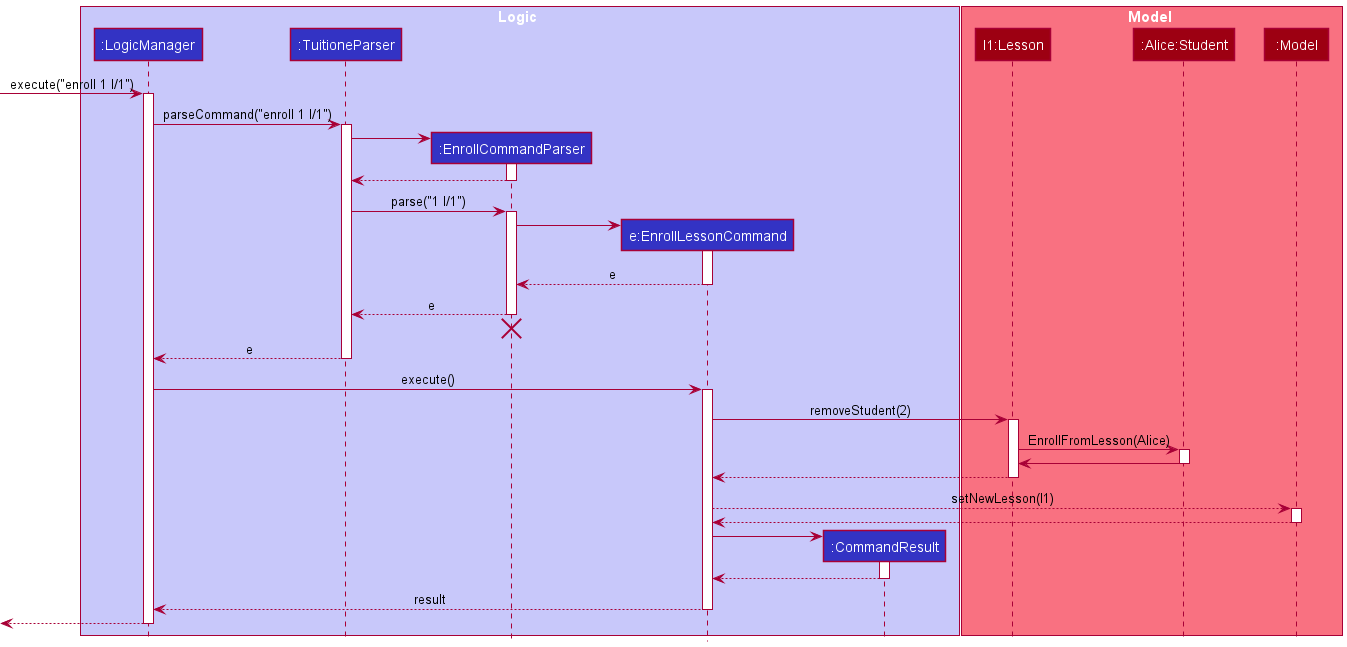
This is docs/images/DeveloperGuideImage/EnrollLessonSequenceDiagram.png from nus-cs2103-AY2122S1/tp, a PlantUML export, as it was before one commit. Its diagram source:
```plantuml
@startuml
!include style.puml

box Logic LOGIC_COLOR_T1
participant ":LogicManager" as LogicManager LOGIC_COLOR
participant ":TuitioneParser" as TuitioneParser LOGIC_COLOR
participant ":EnrollCommandParser" as EnrollCommandParser LOGIC_COLOR
participant "e:EnrollLessonCommand" as EnrollLessonCommand LOGIC_COLOR
participant ":CommandResult" as CommandResult LOGIC_COLOR
end box

box Model MODEL_COLOR_T1
participant "l1:Lesson" as Lesson MODEL_COLOR
participant ":Alice:Student" as Student MODEL_COLOR
participant ":Model" as Model MODEL_COLOR

end box

[-> LogicManager : execute("enroll 1 l/1")
activate LogicManager

LogicManager -> TuitioneParser : parseCommand("enroll 1 l/1")
activate TuitioneParser

create EnrollCommandParser
TuitioneParser -> EnrollCommandParser

activate EnrollCommandParser
EnrollCommandParser --> TuitioneParser
deactivate EnrollCommandParser

TuitioneParser -> EnrollCommandParser : parse("1 l/1")
activate EnrollCommandParser

create EnrollLessonCommand
EnrollCommandParser -> EnrollLessonCommand :
activate EnrollLessonCommand

EnrollLessonCommand --> EnrollCommandParser : e
deactivate EnrollLessonCommand

EnrollCommandParser --> TuitioneParser : e
deactivate EnrollCommandParser
EnrollCommandParser -[hidden]-> TuitioneParser
destroy EnrollCommandParser

TuitioneParser --> LogicManager  : e
deactivate TuitioneParser

LogicManager -> EnrollLessonCommand : execute()
activate EnrollLessonCommand

EnrollLessonCommand -> Lesson : removeStudent(2)
activate Lesson

Lesson -> Student : EnrollFromLesson(Alice)
activate Student

Student -> Lesson
deactivate Student

Lesson --> EnrollLessonCommand
deactivate Lesson

EnrollLessonCommand --> Model : setNewLesson(l1)
activate Model

Model --> EnrollLessonCommand
deactivate Model

create CommandResult
EnrollLessonCommand -> CommandResult
activate CommandResult

CommandResult --> EnrollLessonCommand
deactivate CommandResult

EnrollLessonCommand --> LogicManager : result
deactivate EnrollLessonCommand

[<--LogicManager
deactivate LogicManager

@enduml
```
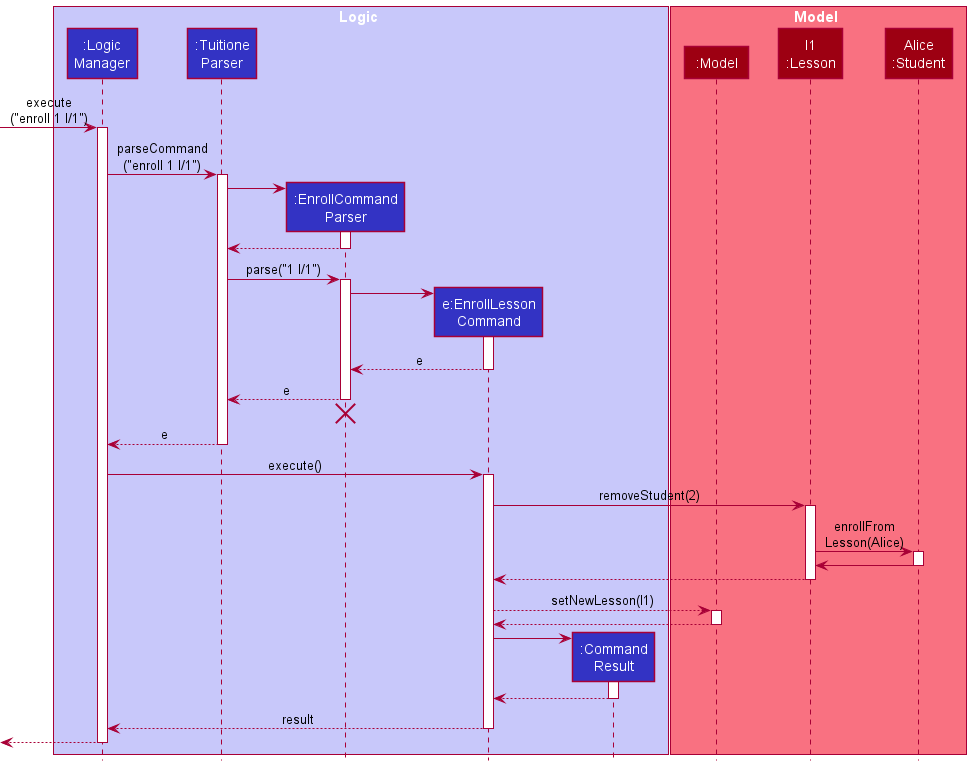
After the commit.

The edit, as a diff of the source:
```diff
@@ -2,24 +2,24 @@
 !include style.puml
 
 box Logic LOGIC_COLOR_T1
-participant ":LogicManager" as LogicManager LOGIC_COLOR
-participant ":TuitioneParser" as TuitioneParser LOGIC_COLOR
-participant ":EnrollCommandParser" as EnrollCommandParser LOGIC_COLOR
-participant "e:EnrollLessonCommand" as EnrollLessonCommand LOGIC_COLOR
-participant ":CommandResult" as CommandResult LOGIC_COLOR
+participant ":Logic\nManager" as LogicManager LOGIC_COLOR
+participant ":Tuitione\nParser" as TuitioneParser LOGIC_COLOR
+participant ":EnrollCommand\nParser" as EnrollCommandParser LOGIC_COLOR
+participant "e:EnrollLesson\nCommand" as EnrollLessonCommand LOGIC_COLOR
+participant ":Command\nResult" as CommandResult LOGIC_COLOR
 end box
 
 box Model MODEL_COLOR_T1
-participant "l1:Lesson" as Lesson MODEL_COLOR
-participant ":Alice:Student" as Student MODEL_COLOR
 participant ":Model" as Model MODEL_COLOR
+participant "l1\n:Lesson" as Lesson MODEL_COLOR
+participant "Alice\n:Student" as Student MODEL_COLOR
 
 end box
 
-[-> LogicManager : execute("enroll 1 l/1")
+[-> LogicManager : execute\n("enroll 1 l/1")
 activate LogicManager
 
-LogicManager -> TuitioneParser : parseCommand("enroll 1 l/1")
+LogicManager -> TuitioneParser : parseCommand\n("enroll 1 l/1")
 activate TuitioneParser
 
 create EnrollCommandParser
@@ -53,7 +53,7 @@
 EnrollLessonCommand -> Lesson : removeStudent(2)
 activate Lesson
 
-Lesson -> Student : EnrollFromLesson(Alice)
+Lesson -> Student : enrollFrom\nLesson(Alice)
 activate Student
 
 Student -> Lesson
```
